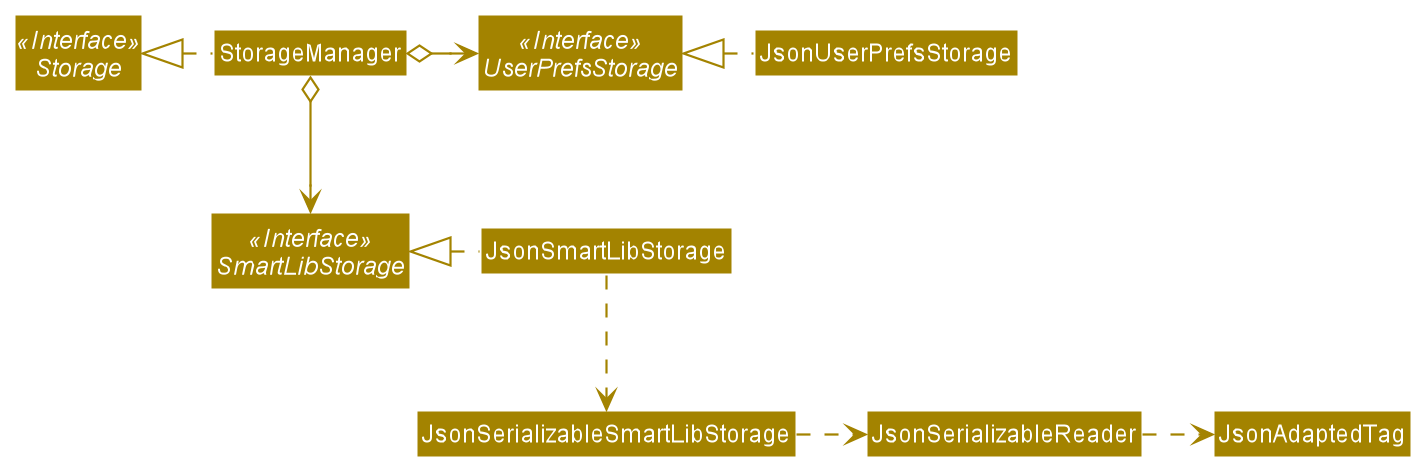
Earlier version of the PlantUML export docs/images/StorageClassDiagram.png (nus-cs2103-AY2021S2/tp).
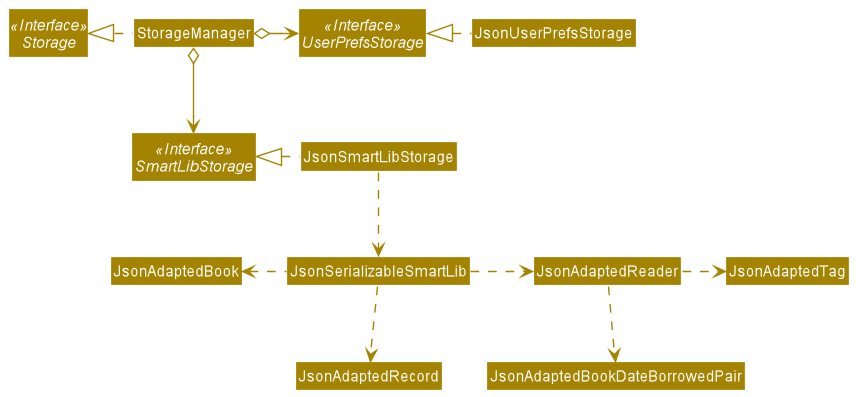
The same diagram one commit later.

Commit message:
Fix bug with StorageClassDiagram

The edit, as a diff of the source:
```diff
@@ -18,7 +18,13 @@
 
 JsonUserPrefsStorage .left.|> UserPrefsStorage
 JsonSmartLibStorage .left.|> SmartLibStorage
-JsonSmartLibStorage .down.> JsonSerializableSmartLibStorage
-JsonSerializableSmartLibStorage .right.> JsonSerializableReader
-JsonSerializableReader .right.> JsonAdaptedTag
+JsonSmartLibStorage .down.> JsonSerializableSmartLib
+
+JsonSerializableSmartLib .right.> JsonAdaptedReader
+JsonAdaptedReader .right.> JsonAdaptedTag
+JsonAdaptedReader .down.> JsonAdaptedBookDateBorrowedPair
+
+JsonSerializableSmartLib .left.> JsonAdaptedBook
+
+JsonSerializableSmartLib .down.> JsonAdaptedRecord
 @enduml
```
